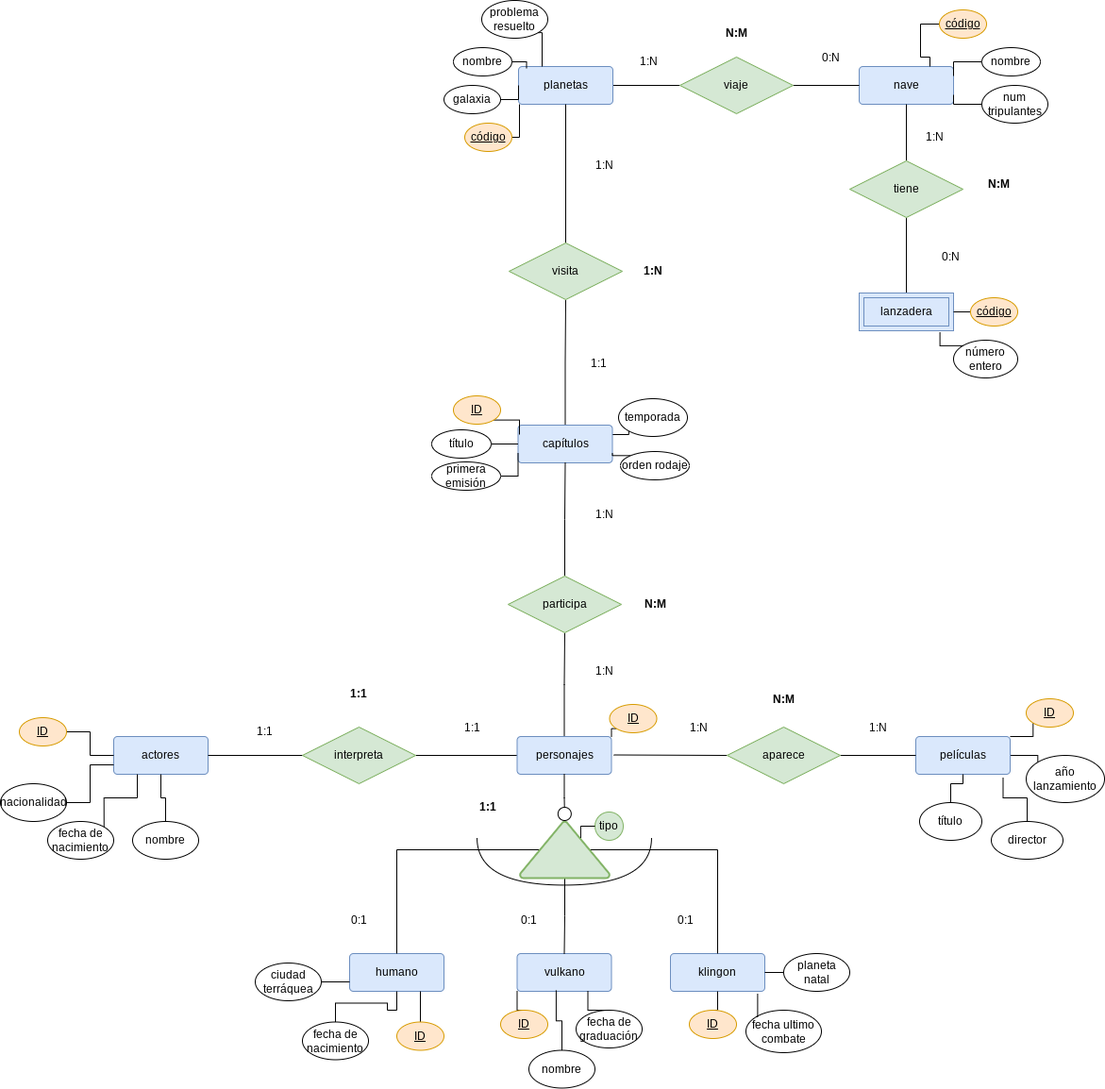
mdiogc/base-datos keeps this draw.io diagram as Unidad-1/Tareas./Tarea-10 (diagramas)/star-trek.drawio.png. Above is the earlier version. Source tidied: cells renumbered, new cells last; positions are measured from the earlier drawing's top-left corner, leaving out a move shared by most shapes.
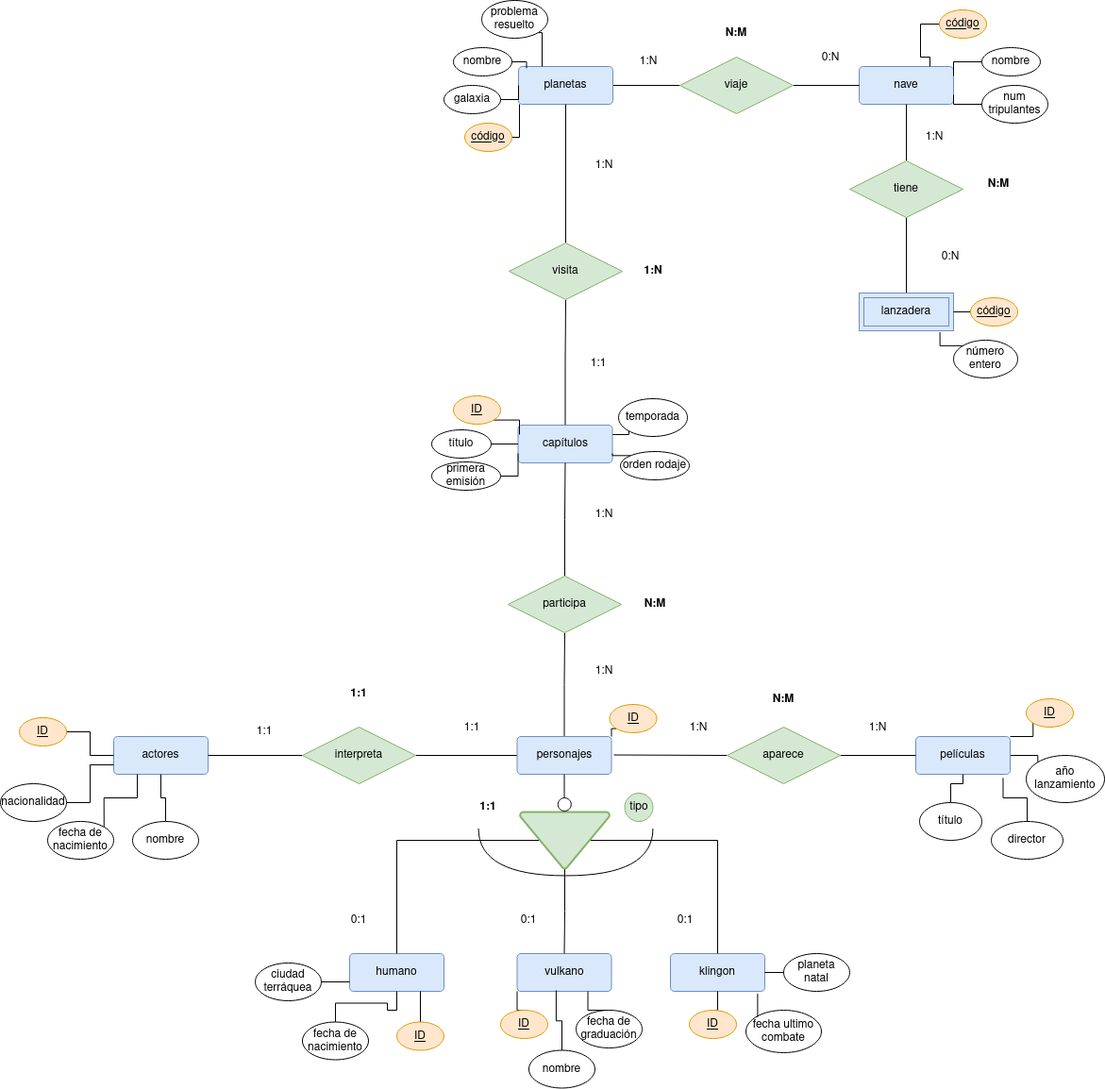
Above is the later version.

The edit, as a diff of the source:
```diff
@@ -56,29 +56,11 @@
     <mxCell id="19" value="lanzadera" style="shape=ext;margin=3;double=1;whiteSpace=wrap;html=1;align=center;fillColor=#dae8fc;strokeColor=#6c8ebf;" parent="1" vertex="1">
       <mxGeometry x="910" y="310" width="100" height="40" as="geometry" />
     </mxCell>
-    <mxCell id="20" style="edgeStyle=orthogonalEdgeStyle;rounded=0;jettySize=auto;html=1;exitX=0.22;exitY=0.5;exitDx=0;exitDy=0;exitPerimeter=0;entryX=0.5;entryY=0;entryDx=0;entryDy=0;endArrow=none;endFill=0;" parent="1" edge="1" source="23" target="2">
-      <mxGeometry relative="1" as="geometry" />
-    </mxCell>
-    <mxCell id="21" style="edgeStyle=orthogonalEdgeStyle;rounded=0;jettySize=auto;html=1;exitX=0.78;exitY=0.5;exitDx=0;exitDy=0;exitPerimeter=0;entryX=0.5;entryY=0;entryDx=0;entryDy=0;endArrow=none;endFill=0;" parent="1" edge="1" source="23" target="4">
-      <mxGeometry relative="1" as="geometry" />
-    </mxCell>
-    <mxCell id="22" style="edgeStyle=orthogonalEdgeStyle;rounded=0;jettySize=auto;html=1;exitX=0.5;exitY=1;exitDx=0;exitDy=0;exitPerimeter=0;endArrow=none;endFill=0;" parent="1" edge="1" source="23" target="3">
-      <mxGeometry relative="1" as="geometry" />
-    </mxCell>
-    <mxCell id="23" style="strokeWidth=2;html=1;shape=mxgraph.flowchart.extract_or_measurement;whiteSpace=wrap;fillColor=#d5e8d4;strokeColor=#82b366;" parent="1" vertex="1">
-      <mxGeometry x="550.5" y="870" width="95" height="60" as="geometry" />
-    </mxCell>
-    <mxCell id="24" style="edgeStyle=orthogonalEdgeStyle;rounded=0;jettySize=auto;html=1;exitX=0.5;exitY=1;exitDx=0;exitDy=0;entryX=0.5;entryY=0;entryDx=0;entryDy=0;entryPerimeter=0;endArrow=circle;endFill=0;" parent="1" edge="1" source="8" target="23">
-      <mxGeometry relative="1" as="geometry" />
-    </mxCell>
     <mxCell id="25" value="tipo" style="ellipse;whiteSpace=wrap;html=1;fillColor=#d5e8d4;strokeColor=#82b366;" parent="1" vertex="1">
-      <mxGeometry x="630" y="860" width="30" height="30" as="geometry" />
+      <mxGeometry x="661.5" y="840" width="30" height="30" as="geometry" />
     </mxCell>
-    <mxCell id="26" style="edgeStyle=orthogonalEdgeStyle;rounded=0;jettySize=auto;html=1;exitX=0;exitY=0.5;exitDx=0;exitDy=0;entryX=0.678;entryY=0.291;entryDx=0;entryDy=0;entryPerimeter=0;endArrow=none;endFill=0;" parent="1" edge="1" source="25" target="23">
-      <mxGeometry relative="1" as="geometry" />
-    </mxCell>
     <mxCell id="27" style="shape=requiredInterface;html=1;verticalLabelPosition=bottom;sketch=0;rotation=90;" parent="1" vertex="1">
-      <mxGeometry x="572.5" y="820" width="50" height="184.9" as="geometry" />
+      <mxGeometry x="574" y="810" width="50" height="184.9" as="geometry" />
     </mxCell>
     <mxCell id="28" style="edgeStyle=orthogonalEdgeStyle;rounded=0;jettySize=auto;html=1;exitX=0;exitY=0.5;exitDx=0;exitDy=0;entryX=1;entryY=0.5;entryDx=0;entryDy=0;endArrow=none;endFill=0;" parent="1" edge="1" source="29" target="5">
       <mxGeometry relative="1" as="geometry" />
@@ -374,5 +356,20 @@
     <mxCell id="123" value="&lt;b&gt;N:M&lt;/b&gt;" style="text;html=1;strokeColor=none;fillColor=none;align=center;verticalAlign=middle;whiteSpace=wrap;rounded=0;" parent="1" vertex="1">
       <mxGeometry x="1028" y="180" width="60" height="30" as="geometry" />
     </mxCell>
+    <mxCell id="124" style="edgeStyle=orthogonalEdgeStyle;rounded=0;jettySize=auto;html=1;exitX=0.5;exitY=0;exitDx=0;exitDy=0;exitPerimeter=0;endArrow=none;endFill=0;" parent="1" edge="1" source="127" target="3">
+      <mxGeometry relative="1" as="geometry" />
+    </mxCell>
+    <mxCell id="125" style="edgeStyle=orthogonalEdgeStyle;rounded=0;jettySize=auto;html=1;exitX=0.22;exitY=0.5;exitDx=0;exitDy=0;exitPerimeter=0;entryX=0.5;entryY=0;entryDx=0;entryDy=0;endArrow=none;endFill=0;" parent="1" edge="1" source="127" target="4">
+      <mxGeometry relative="1" as="geometry" />
+    </mxCell>
+    <mxCell id="126" style="edgeStyle=orthogonalEdgeStyle;rounded=0;jettySize=auto;html=1;exitX=0.78;exitY=0.5;exitDx=0;exitDy=0;exitPerimeter=0;entryX=0.5;entryY=0;entryDx=0;entryDy=0;endArrow=none;endFill=0;" parent="1" edge="1" source="127" target="2">
+      <mxGeometry relative="1" as="geometry" />
+    </mxCell>
+    <mxCell id="127" style="strokeWidth=2;html=1;shape=mxgraph.flowchart.extract_or_measurement;whiteSpace=wrap;fillColor=#d5e8d4;strokeColor=#82b366;rotation=-180;" parent="1" vertex="1">
+      <mxGeometry x="550.5" y="860" width="95" height="60" as="geometry" />
+    </mxCell>
+    <mxCell id="128" style="edgeStyle=orthogonalEdgeStyle;rounded=0;jettySize=auto;html=1;exitX=0.5;exitY=1;exitDx=0;exitDy=0;entryX=0.5;entryY=1;entryDx=0;entryDy=0;entryPerimeter=0;endArrow=circle;endFill=0;" parent="1" edge="1" source="8" target="127">
+      <mxGeometry relative="1" as="geometry" />
+    </mxCell>
   </root>
 </mxGraphModel>
```
